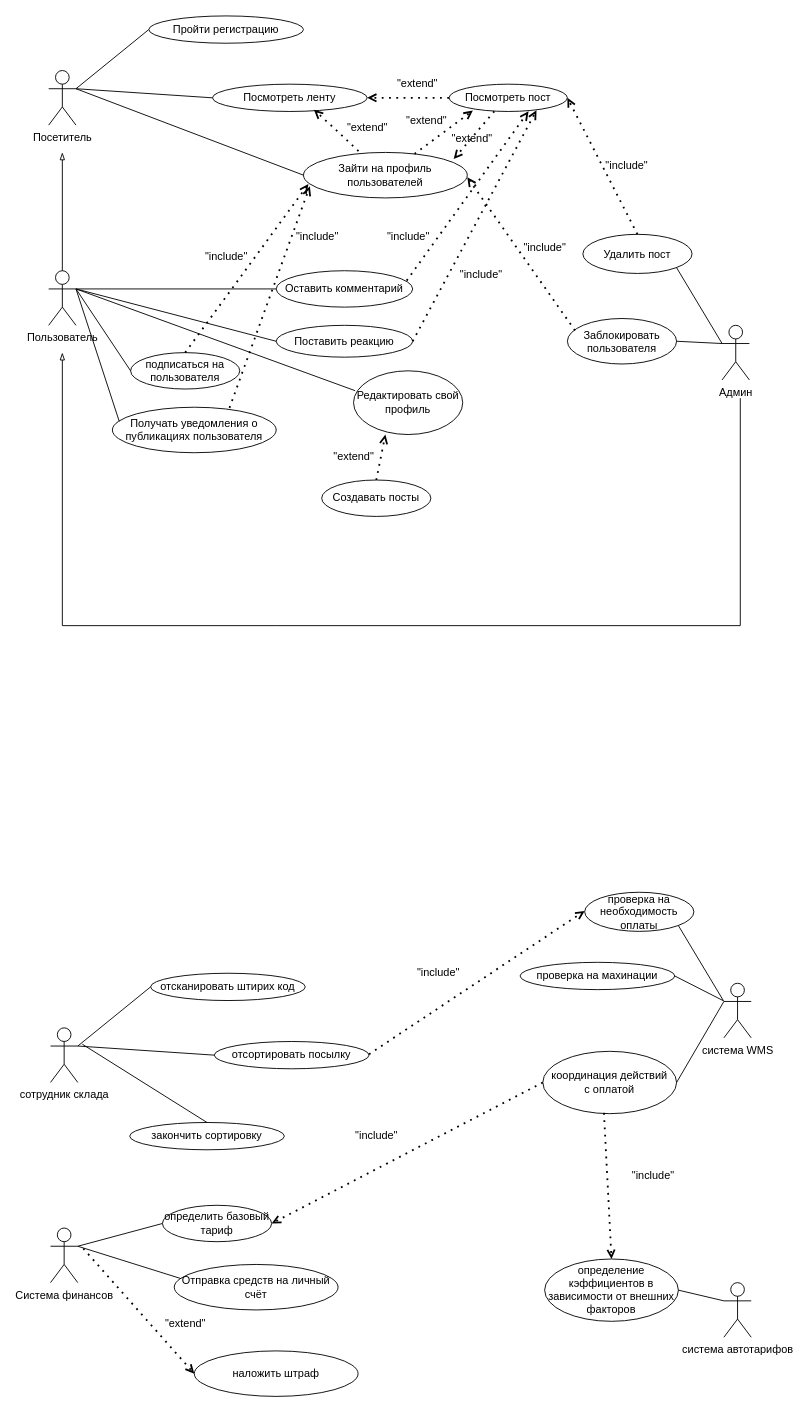
Earlier version of the draw.io diagram page "lab2" (8 of 8) of MiniToolStream_idef0.drawio (moroshma/MiniToolStream). Source tidied: cells renumbered, new cells numbered last; positions are measured from the earlier drawing's top-left corner, leaving out a move shared by most shapes. Both pictures are drawn from the tidied source at 91%, with x=0, y=0 at pixel (48, 15).
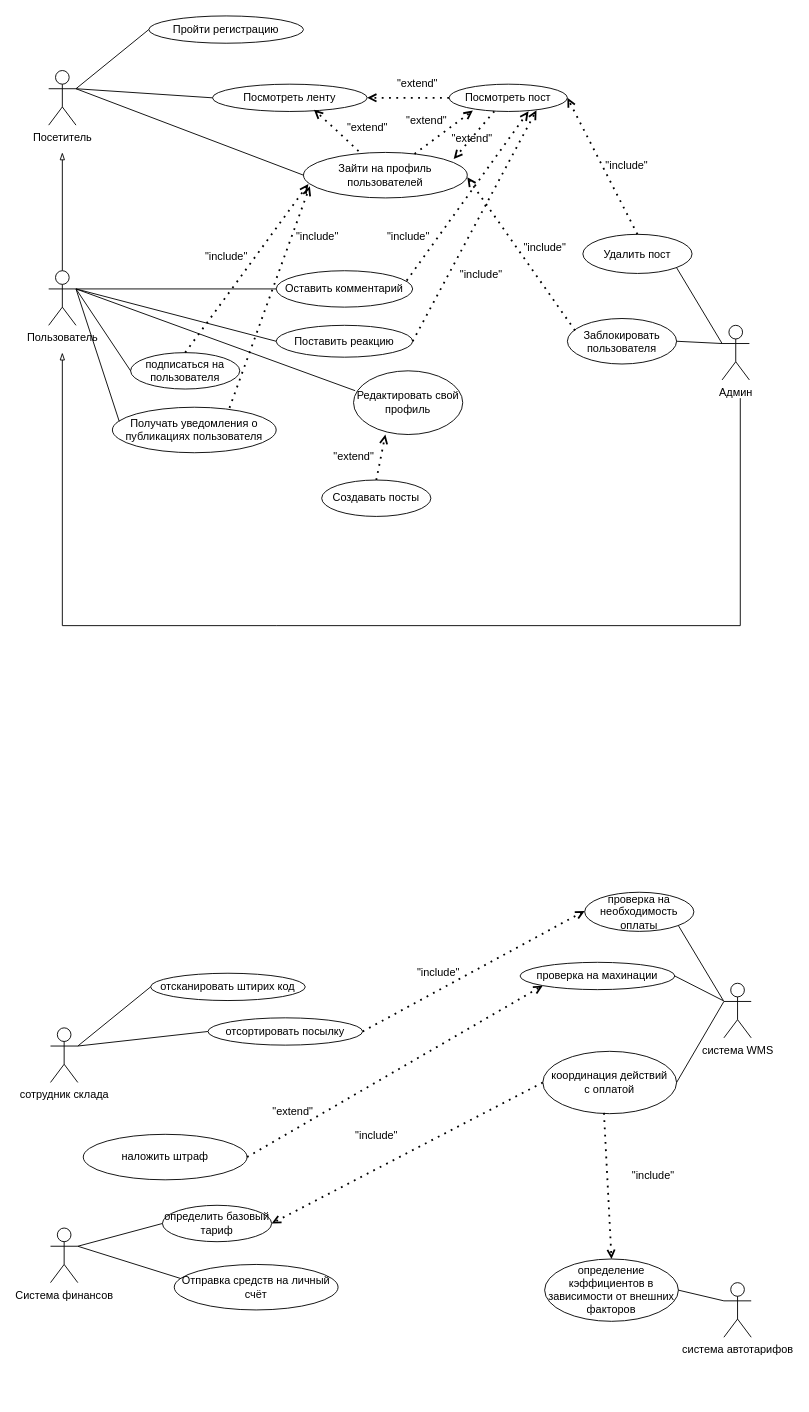
Above is the later version.

Unchanged cells that the change refers to:
```xml
<mxCell id="79" value="проверка на махинации" style="ellipse;whiteSpace=wrap;html=1;" parent="1" vertex="1">
  <mxGeometry x="518" y="1040" width="170" height="30" as="geometry" />
</mxCell>
```

Change to the diagram source:
```diff
@@
     <mxCell id="53" value="отсортировать посылку" style="ellipse;whiteSpace=wrap;html=1;" parent="1" vertex="1">
-      <mxGeometry x="182" y="1127" width="170" height="30" as="geometry" />
+      <mxGeometry x="175" y="1101" width="170" height="30" as="geometry" />
     </mxCell>
@@
-    <mxCell id="69" style="endArrow=open;dashed=1;html=1;dashPattern=1 3;strokeWidth=2;rounded=0;entryX=0;entryY=0.5;entryDx=0;entryDy=0;exitX=1;exitY=0.5;exitDx=0;exitDy=0;targetPerimeterSpacing=5;endFill=0;" parent="1" edge="1">
+    <mxCell id="69" style="endArrow=open;dashed=1;html=1;dashPattern=1 3;strokeWidth=2;rounded=0;entryX=0;entryY=0.5;entryDx=0;entryDy=0;exitX=1;exitY=0.5;exitDx=0;exitDy=0;targetPerimeterSpacing=5;endFill=0;" parent="1" edge="1" source="53">
       <mxGeometry relative="1" as="geometry">
-        <mxPoint x="352" y="1141" as="sourcePoint" />
         <mxPoint x="589" y="983.5" as="targetPoint" />
       </mxGeometry>
     </mxCell>
@@
-    <mxCell id="73" value="закончить сортировку" style="ellipse;whiteSpace=wrap;html=1;" parent="1" vertex="1">
-      <mxGeometry x="89" y="1216" width="170" height="30" as="geometry" />
-    </mxCell>
@@
     <mxCell id="76" value="наложить штраф" style="ellipse;whiteSpace=wrap;html=1;" parent="1" vertex="1">
-      <mxGeometry x="160" y="1467" width="180" height="50" as="geometry" />
+      <mxGeometry x="38" y="1229" width="180" height="50" as="geometry" />
     </mxCell>
-    <mxCell id="77" style="endArrow=open;dashed=1;html=1;dashPattern=1 3;strokeWidth=2;rounded=0;entryX=0;entryY=0.5;entryDx=0;entryDy=0;targetPerimeterSpacing=5;endFill=0;" parent="1" edge="1" target="76">
-      <mxGeometry relative="1" as="geometry">
-        <mxPoint x="38" y="1354.5" as="sourcePoint" />
-      </mxGeometry>
+    <mxCell id="77" style="endArrow=open;dashed=1;html=1;dashPattern=1 3;strokeWidth=2;rounded=0;targetPerimeterSpacing=5;endFill=0;exitX=1;exitY=0.5;exitDx=0;exitDy=0;entryX=0;entryY=1;entryDx=0;entryDy=0;" parent="1" edge="1" source="76" target="79">
+      <mxGeometry relative="1" as="geometry" />
     </mxCell>
     <mxCell id="78" value="&quot;extend&quot;" style="text;html=1;align=center;verticalAlign=middle;strokeColor=none;fillColor=none;" parent="1" vertex="1">
-      <mxGeometry x="115" y="1422" width="70" height="30" as="geometry" />
+      <mxGeometry x="233" y="1189" width="70" height="30" as="geometry" />
     </mxCell>
@@
-    <mxCell id="80" style="endArrow=none;html=1;rounded=0;entryX=0.5;entryY=0;entryDx=0;entryDy=0;" parent="1" edge="1" target="73">
-      <mxGeometry relative="1" as="geometry">
-        <mxPoint x="37" y="1130" as="sourcePoint" />
-      </mxGeometry>
-    </mxCell>
```
